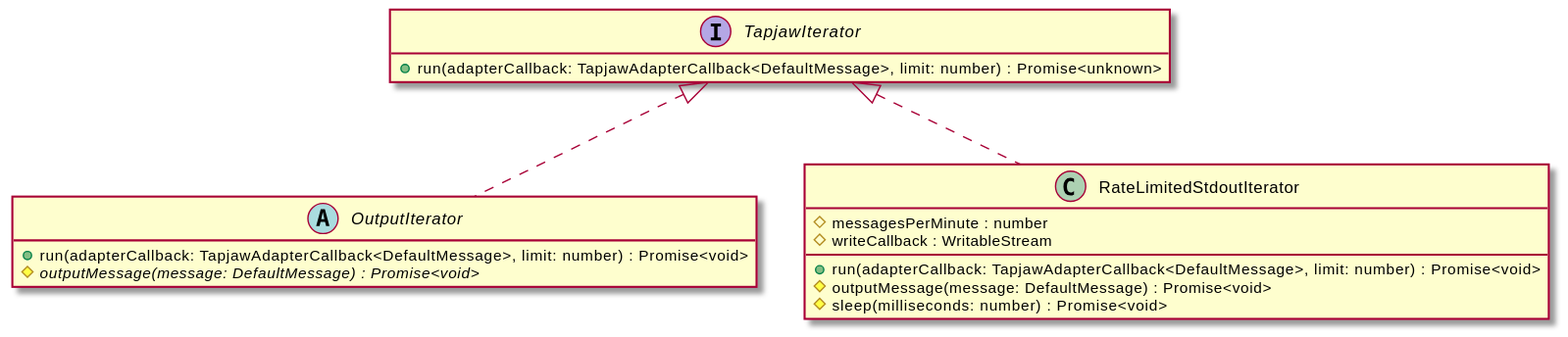
The PlantUML diagram api-docs/assets/TapjawIterator-umlClassDiagram-350.svg in digidip/tapjaw-importer, before a commit. The source it was exported from:
```plantuml
@startuml
skinparam BackgroundColor transparent
hide empty methods
hide empty fields
interface "TapjawIterator" {
    +run(adapterCallback: TapjawAdapterCallback<DefaultMessage>, limit: number) : Promise<unknown>
}
abstract class "OutputIterator" {
    +run(adapterCallback: TapjawAdapterCallback<DefaultMessage>, limit: number) : Promise<void>
    {abstract} #outputMessage(message: DefaultMessage) : Promise<void>
}
"TapjawIterator" <|.. "OutputIterator"
class "RateLimitedStdoutIterator" {
    #messagesPerMinute : number
    #writeCallback : WritableStream
    +run(adapterCallback: TapjawAdapterCallback<DefaultMessage>, limit: number) : Promise<void>
    #outputMessage(message: DefaultMessage) : Promise<void>
    #sleep(milliseconds: number) : Promise<void>
}
"TapjawIterator" <|.. "RateLimitedStdoutIterator"
@enduml
```
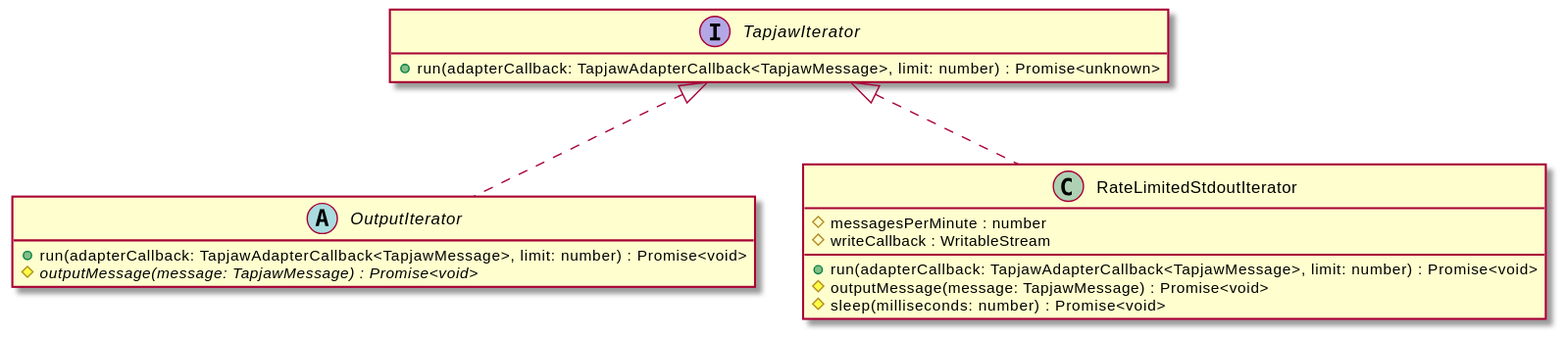
The same diagram one commit later.

Change to the diagram source:
```diff
@@ -3,18 +3,18 @@
 hide empty methods
 hide empty fields
 interface "TapjawIterator" {
-    +run(adapterCallback: TapjawAdapterCallback<DefaultMessage>, limit: number) : Promise<unknown>
+    +run(adapterCallback: TapjawAdapterCallback<TapjawMessage>, limit: number) : Promise<unknown>
 }
 abstract class "OutputIterator" {
-    +run(adapterCallback: TapjawAdapterCallback<DefaultMessage>, limit: number) : Promise<void>
-    {abstract} #outputMessage(message: DefaultMessage) : Promise<void>
+    +run(adapterCallback: TapjawAdapterCallback<TapjawMessage>, limit: number) : Promise<void>
+    {abstract} #outputMessage(message: TapjawMessage) : Promise<void>
 }
 "TapjawIterator" <|.. "OutputIterator"
 class "RateLimitedStdoutIterator" {
     #messagesPerMinute : number
     #writeCallback : WritableStream
-    +run(adapterCallback: TapjawAdapterCallback<DefaultMessage>, limit: number) : Promise<void>
-    #outputMessage(message: DefaultMessage) : Promise<void>
+    +run(adapterCallback: TapjawAdapterCallback<TapjawMessage>, limit: number) : Promise<void>
+    #outputMessage(message: TapjawMessage) : Promise<void>
     #sleep(milliseconds: number) : Promise<void>
 }
 "TapjawIterator" <|.. "RateLimitedStdoutIterator"
```
